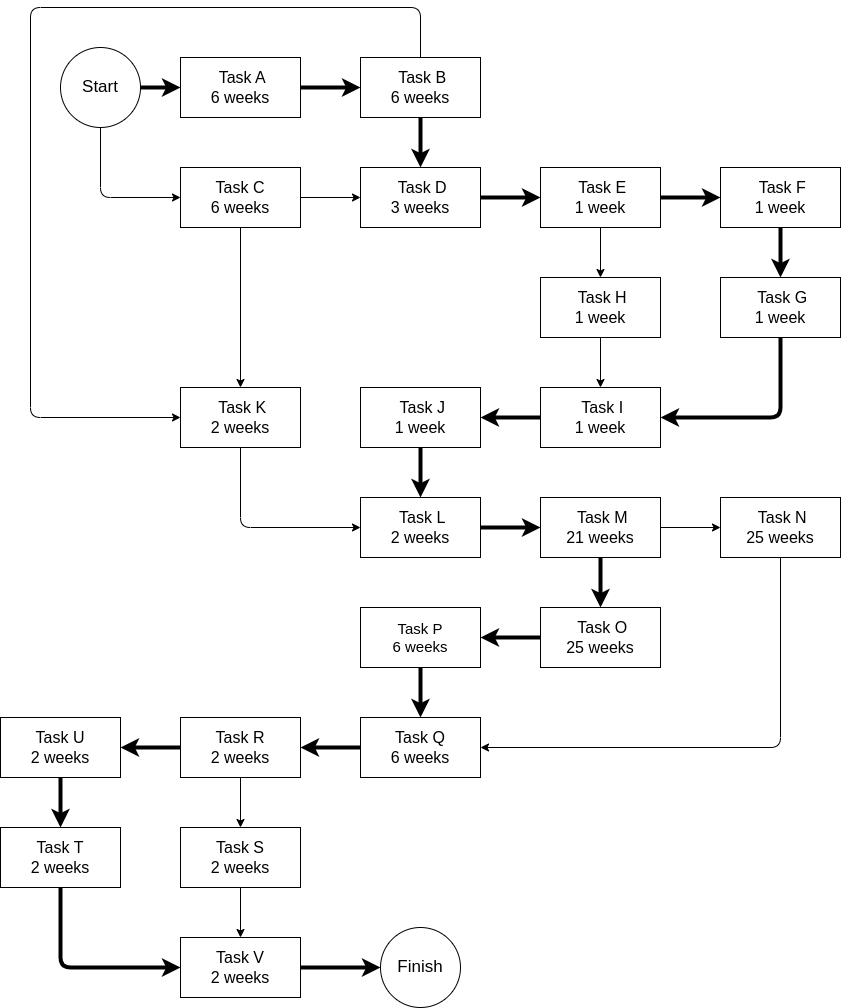
The draw.io diagram DOCS/Diagrams/Critical Path Method.png in alexxGmZ/MenuMaApp, before a commit. Source tidied: cells renumbered, new cells last; positions are measured from the earlier drawing's top-left corner, leaving out a move shared by most shapes.
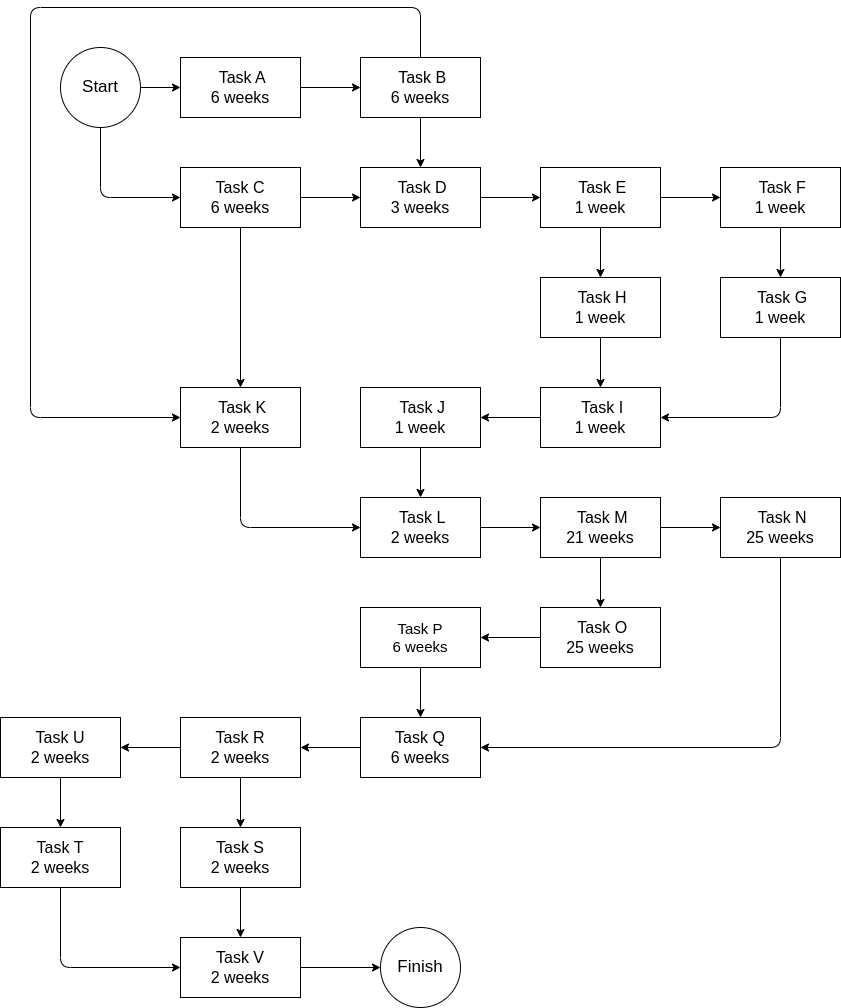
Later version of the same file.

Commit message:
diagram(cpm): revert line width to 1

The edit, as a diff of the source:
```diff
@@ -2,7 +2,7 @@
   <root>
     <mxCell id="0" />
     <mxCell id="1" parent="0" />
-    <mxCell id="2" style="edgeStyle=none;html=1;exitX=1;exitY=0.5;exitDx=0;exitDy=0;entryX=0;entryY=0.5;entryDx=0;entryDy=0;strokeWidth=4;" parent="1" edge="1" source="4" target="7">
+    <mxCell id="2" style="edgeStyle=none;html=1;exitX=1;exitY=0.5;exitDx=0;exitDy=0;entryX=0;entryY=0.5;entryDx=0;entryDy=0;strokeWidth=1;" parent="1" edge="1" source="4" target="7">
       <mxGeometry relative="1" as="geometry" />
     </mxCell>
     <mxCell id="3" style="edgeStyle=none;html=1;exitX=0.5;exitY=1;exitDx=0;exitDy=0;entryX=0;entryY=0.5;entryDx=0;entryDy=0;" parent="1" edge="1" source="4" target="10">
@@ -18,7 +18,7 @@
     <mxCell id="5" value="&lt;font style=&quot;font-size: 17px;&quot;&gt;Finish&lt;/font&gt;" style="ellipse;whiteSpace=wrap;html=1;" parent="1" vertex="1">
       <mxGeometry x="380" y="920" width="80" height="80" as="geometry" />
     </mxCell>
-    <mxCell id="6" style="edgeStyle=none;html=1;exitX=1;exitY=0.5;exitDx=0;exitDy=0;strokeWidth=4;" parent="1" edge="1" source="7" target="13">
+    <mxCell id="6" style="edgeStyle=none;html=1;exitX=1;exitY=0.5;exitDx=0;exitDy=0;strokeWidth=1;" parent="1" edge="1" source="7" target="13">
       <mxGeometry relative="1" as="geometry" />
     </mxCell>
     <mxCell id="7" value="&amp;nbsp;Task A&lt;br style=&quot;font-size: 16px;&quot;&gt;6 weeks" style="rounded=0;whiteSpace=wrap;html=1;fontSize=16;" parent="1" vertex="1">
@@ -33,7 +33,7 @@
     <mxCell id="10" value="Task C&lt;br style=&quot;font-size: 16px;&quot;&gt;6 weeks" style="rounded=0;whiteSpace=wrap;html=1;fontSize=16;" parent="1" vertex="1">
       <mxGeometry x="180" y="160" width="120" height="60" as="geometry" />
     </mxCell>
-    <mxCell id="11" style="edgeStyle=none;html=1;exitX=0.5;exitY=1;exitDx=0;exitDy=0;entryX=0.5;entryY=0;entryDx=0;entryDy=0;strokeWidth=4;" parent="1" edge="1" source="13" target="15">
+    <mxCell id="11" style="edgeStyle=none;html=1;exitX=0.5;exitY=1;exitDx=0;exitDy=0;entryX=0.5;entryY=0;entryDx=0;entryDy=0;strokeWidth=1;" parent="1" edge="1" source="13" target="15">
       <mxGeometry relative="1" as="geometry" />
     </mxCell>
     <mxCell id="12" style="edgeStyle=none;html=1;exitX=0.5;exitY=0;exitDx=0;exitDy=0;entryX=0;entryY=0.5;entryDx=0;entryDy=0;" parent="1" edge="1" source="13" target="30">
@@ -48,13 +48,13 @@
     <mxCell id="13" value="&amp;nbsp;Task B&lt;br style=&quot;font-size: 16px;&quot;&gt;6 weeks" style="rounded=0;whiteSpace=wrap;html=1;fontSize=16;" parent="1" vertex="1">
       <mxGeometry x="360" y="50" width="120" height="60" as="geometry" />
     </mxCell>
-    <mxCell id="14" style="edgeStyle=none;html=1;exitX=1;exitY=0.5;exitDx=0;exitDy=0;strokeWidth=4;" parent="1" edge="1" source="15" target="18">
+    <mxCell id="14" style="edgeStyle=none;html=1;exitX=1;exitY=0.5;exitDx=0;exitDy=0;strokeWidth=1;" parent="1" edge="1" source="15" target="18">
       <mxGeometry relative="1" as="geometry" />
     </mxCell>
     <mxCell id="15" value="&amp;nbsp;Task D&lt;br style=&quot;font-size: 16px;&quot;&gt;3 weeks" style="rounded=0;whiteSpace=wrap;html=1;fontSize=16;" parent="1" vertex="1">
       <mxGeometry x="360" y="160" width="120" height="60" as="geometry" />
     </mxCell>
-    <mxCell id="16" style="edgeStyle=none;html=1;exitX=1;exitY=0.5;exitDx=0;exitDy=0;entryX=0;entryY=0.5;entryDx=0;entryDy=0;strokeWidth=4;" parent="1" edge="1" source="18" target="20">
+    <mxCell id="16" style="edgeStyle=none;html=1;exitX=1;exitY=0.5;exitDx=0;exitDy=0;entryX=0;entryY=0.5;entryDx=0;entryDy=0;strokeWidth=1;" parent="1" edge="1" source="18" target="20">
       <mxGeometry relative="1" as="geometry" />
     </mxCell>
     <mxCell id="17" style="edgeStyle=none;html=1;exitX=0.5;exitY=1;exitDx=0;exitDy=0;" parent="1" edge="1" source="18" target="24">
@@ -63,13 +63,13 @@
     <mxCell id="18" value="&amp;nbsp;Task E&lt;br style=&quot;font-size: 16px;&quot;&gt;1 week" style="rounded=0;whiteSpace=wrap;html=1;fontSize=16;" parent="1" vertex="1">
       <mxGeometry x="540" y="160" width="120" height="60" as="geometry" />
     </mxCell>
-    <mxCell id="19" style="edgeStyle=none;html=1;exitX=0.5;exitY=1;exitDx=0;exitDy=0;entryX=0.5;entryY=0;entryDx=0;entryDy=0;strokeWidth=4;" parent="1" edge="1" source="20" target="22">
+    <mxCell id="19" style="edgeStyle=none;html=1;exitX=0.5;exitY=1;exitDx=0;exitDy=0;entryX=0.5;entryY=0;entryDx=0;entryDy=0;strokeWidth=1;" parent="1" edge="1" source="20" target="22">
       <mxGeometry relative="1" as="geometry" />
     </mxCell>
     <mxCell id="20" value="&amp;nbsp;Task F&lt;br style=&quot;font-size: 16px;&quot;&gt;1 week" style="rounded=0;whiteSpace=wrap;html=1;fontSize=16;" parent="1" vertex="1">
       <mxGeometry x="720" y="160" width="120" height="60" as="geometry" />
     </mxCell>
-    <mxCell id="21" style="edgeStyle=none;html=1;exitX=0.5;exitY=1;exitDx=0;exitDy=0;entryX=1;entryY=0.5;entryDx=0;entryDy=0;strokeWidth=4;" parent="1" edge="1" source="22" target="26">
+    <mxCell id="21" style="edgeStyle=none;html=1;exitX=0.5;exitY=1;exitDx=0;exitDy=0;entryX=1;entryY=0.5;entryDx=0;entryDy=0;strokeWidth=1;" parent="1" edge="1" source="22" target="26">
       <mxGeometry relative="1" as="geometry">
         <Array as="points">
           <mxPoint x="780" y="410" />
@@ -85,13 +85,13 @@
     <mxCell id="24" value="&amp;nbsp;Task H&lt;br style=&quot;font-size: 16px;&quot;&gt;1 week" style="rounded=0;whiteSpace=wrap;html=1;fontSize=16;" parent="1" vertex="1">
       <mxGeometry x="540" y="270" width="120" height="60" as="geometry" />
     </mxCell>
-    <mxCell id="25" style="edgeStyle=none;html=1;exitX=0;exitY=0.5;exitDx=0;exitDy=0;entryX=1;entryY=0.5;entryDx=0;entryDy=0;strokeWidth=4;" parent="1" edge="1" source="26" target="28">
+    <mxCell id="25" style="edgeStyle=none;html=1;exitX=0;exitY=0.5;exitDx=0;exitDy=0;entryX=1;entryY=0.5;entryDx=0;entryDy=0;strokeWidth=1;" parent="1" edge="1" source="26" target="28">
       <mxGeometry relative="1" as="geometry" />
     </mxCell>
     <mxCell id="26" value="&amp;nbsp;Task I&lt;br style=&quot;font-size: 16px;&quot;&gt;1 week" style="rounded=0;whiteSpace=wrap;html=1;fontSize=16;" parent="1" vertex="1">
       <mxGeometry x="540" y="380" width="120" height="60" as="geometry" />
     </mxCell>
-    <mxCell id="27" style="edgeStyle=none;html=1;exitX=0.5;exitY=1;exitDx=0;exitDy=0;entryX=0.5;entryY=0;entryDx=0;entryDy=0;strokeWidth=4;" parent="1" edge="1" source="28" target="32">
+    <mxCell id="27" style="edgeStyle=none;html=1;exitX=0.5;exitY=1;exitDx=0;exitDy=0;entryX=0.5;entryY=0;entryDx=0;entryDy=0;strokeWidth=1;" parent="1" edge="1" source="28" target="32">
       <mxGeometry relative="1" as="geometry" />
     </mxCell>
     <mxCell id="28" value="&amp;nbsp;Task J&lt;br style=&quot;font-size: 16px;&quot;&gt;1 week" style="rounded=0;whiteSpace=wrap;html=1;fontSize=16;" parent="1" vertex="1">
@@ -107,7 +107,7 @@
     <mxCell id="30" value="&amp;nbsp;Task K&lt;br style=&quot;font-size: 16px;&quot;&gt;2 weeks" style="rounded=0;whiteSpace=wrap;html=1;fontSize=16;" parent="1" vertex="1">
       <mxGeometry x="180" y="380" width="120" height="60" as="geometry" />
     </mxCell>
-    <mxCell id="31" style="edgeStyle=none;html=1;exitX=1;exitY=0.5;exitDx=0;exitDy=0;entryX=0;entryY=0.5;entryDx=0;entryDy=0;strokeWidth=4;" parent="1" edge="1" source="32" target="35">
+    <mxCell id="31" style="edgeStyle=none;html=1;exitX=1;exitY=0.5;exitDx=0;exitDy=0;entryX=0;entryY=0.5;entryDx=0;entryDy=0;strokeWidth=1;" parent="1" edge="1" source="32" target="35">
       <mxGeometry relative="1" as="geometry" />
     </mxCell>
     <mxCell id="32" value="&amp;nbsp;Task L&lt;br style=&quot;font-size: 16px;&quot;&gt;2 weeks" style="rounded=0;whiteSpace=wrap;html=1;fontSize=16;" parent="1" vertex="1">
@@ -116,7 +116,7 @@
     <mxCell id="33" style="edgeStyle=none;html=1;exitX=1;exitY=0.5;exitDx=0;exitDy=0;entryX=0;entryY=0.5;entryDx=0;entryDy=0;" parent="1" edge="1" source="35" target="37">
       <mxGeometry relative="1" as="geometry" />
     </mxCell>
-    <mxCell id="34" style="edgeStyle=none;html=1;exitX=0.5;exitY=1;exitDx=0;exitDy=0;fontSize=14;strokeWidth=4;" parent="1" edge="1" source="35" target="39">
+    <mxCell id="34" style="edgeStyle=none;html=1;exitX=0.5;exitY=1;exitDx=0;exitDy=0;fontSize=14;strokeWidth=1;" parent="1" edge="1" source="35" target="39">
       <mxGeometry relative="1" as="geometry" />
     </mxCell>
     <mxCell id="35" value="&amp;nbsp;Task M&lt;br style=&quot;font-size: 16px;&quot;&gt;21 weeks" style="rounded=0;whiteSpace=wrap;html=1;fontSize=16;" parent="1" vertex="1">
@@ -132,19 +132,19 @@
     <mxCell id="37" value="&amp;nbsp;Task N&lt;br style=&quot;font-size: 16px;&quot;&gt;25&amp;nbsp;weeks" style="rounded=0;whiteSpace=wrap;html=1;fontSize=16;" parent="1" vertex="1">
       <mxGeometry x="720" y="490" width="120" height="60" as="geometry" />
     </mxCell>
-    <mxCell id="38" style="edgeStyle=none;html=1;exitX=0;exitY=0.5;exitDx=0;exitDy=0;entryX=1;entryY=0.5;entryDx=0;entryDy=0;fontSize=14;strokeWidth=4;" parent="1" edge="1" source="39" target="41">
+    <mxCell id="38" style="edgeStyle=none;html=1;exitX=0;exitY=0.5;exitDx=0;exitDy=0;entryX=1;entryY=0.5;entryDx=0;entryDy=0;fontSize=14;strokeWidth=1;" parent="1" edge="1" source="39" target="41">
       <mxGeometry relative="1" as="geometry" />
     </mxCell>
     <mxCell id="39" value="&amp;nbsp;Task O&lt;br style=&quot;font-size: 16px;&quot;&gt;25 weeks" style="rounded=0;whiteSpace=wrap;html=1;fontSize=16;" parent="1" vertex="1">
       <mxGeometry x="540" y="600" width="120" height="60" as="geometry" />
     </mxCell>
-    <mxCell id="40" style="edgeStyle=none;html=1;exitX=0.5;exitY=1;exitDx=0;exitDy=0;entryX=0.5;entryY=0;entryDx=0;entryDy=0;fontSize=14;strokeWidth=4;" parent="1" edge="1" source="41" target="43">
+    <mxCell id="40" style="edgeStyle=none;html=1;exitX=0.5;exitY=1;exitDx=0;exitDy=0;entryX=0.5;entryY=0;entryDx=0;entryDy=0;fontSize=14;strokeWidth=1;" parent="1" edge="1" source="41" target="43">
       <mxGeometry relative="1" as="geometry" />
     </mxCell>
     <mxCell id="41" value="&lt;font style=&quot;font-size: 15px;&quot;&gt;Task P&lt;br&gt;6 weeks&lt;/font&gt;" style="rounded=0;whiteSpace=wrap;html=1;" parent="1" vertex="1">
       <mxGeometry x="360" y="600" width="120" height="60" as="geometry" />
     </mxCell>
-    <mxCell id="42" style="edgeStyle=none;html=1;exitX=0;exitY=0.5;exitDx=0;exitDy=0;entryX=1;entryY=0.5;entryDx=0;entryDy=0;fontSize=14;strokeWidth=4;" parent="1" edge="1" source="43" target="46">
+    <mxCell id="42" style="edgeStyle=none;html=1;exitX=0;exitY=0.5;exitDx=0;exitDy=0;entryX=1;entryY=0.5;entryDx=0;entryDy=0;fontSize=14;strokeWidth=1;" parent="1" edge="1" source="43" target="46">
       <mxGeometry relative="1" as="geometry" />
     </mxCell>
     <mxCell id="43" value="&lt;span style=&quot;font-size: 16px;&quot;&gt;Task Q&lt;br&gt;6 weeks&lt;br&gt;&lt;/span&gt;" style="rounded=0;whiteSpace=wrap;html=1;" parent="1" vertex="1">
@@ -153,7 +153,7 @@
     <mxCell id="44" style="edgeStyle=none;html=1;exitX=0.5;exitY=1;exitDx=0;exitDy=0;entryX=0.5;entryY=0;entryDx=0;entryDy=0;fontSize=14;" parent="1" edge="1" source="46" target="48">
       <mxGeometry relative="1" as="geometry" />
     </mxCell>
-    <mxCell id="45" style="edgeStyle=none;html=1;exitX=0;exitY=0.5;exitDx=0;exitDy=0;entryX=1;entryY=0.5;entryDx=0;entryDy=0;fontSize=14;strokeWidth=4;" parent="1" edge="1" source="46" target="52">
+    <mxCell id="45" style="edgeStyle=none;html=1;exitX=0;exitY=0.5;exitDx=0;exitDy=0;entryX=1;entryY=0.5;entryDx=0;entryDy=0;fontSize=14;strokeWidth=1;" parent="1" edge="1" source="46" target="52">
       <mxGeometry relative="1" as="geometry" />
     </mxCell>
     <mxCell id="46" value="&lt;font style=&quot;font-size: 16px;&quot;&gt;Task R&lt;br&gt;2 weeks&lt;/font&gt;" style="rounded=0;whiteSpace=wrap;html=1;" parent="1" vertex="1">
@@ -165,7 +165,7 @@
     <mxCell id="48" value="&lt;font style=&quot;font-size: 16px;&quot;&gt;Task S&lt;br&gt;2 weeks&lt;/font&gt;" style="rounded=0;whiteSpace=wrap;html=1;" parent="1" vertex="1">
       <mxGeometry x="180" y="820" width="120" height="60" as="geometry" />
     </mxCell>
-    <mxCell id="49" style="edgeStyle=none;html=1;exitX=0.5;exitY=1;exitDx=0;exitDy=0;entryX=0;entryY=0.5;entryDx=0;entryDy=0;fontSize=14;strokeWidth=4;" parent="1" edge="1" source="50" target="54">
+    <mxCell id="49" style="edgeStyle=none;html=1;exitX=0.5;exitY=1;exitDx=0;exitDy=0;entryX=0;entryY=0.5;entryDx=0;entryDy=0;fontSize=14;strokeWidth=1;" parent="1" edge="1" source="50" target="54">
       <mxGeometry relative="1" as="geometry">
         <Array as="points">
           <mxPoint x="60" y="960" />
@@ -175,13 +175,13 @@
     <mxCell id="50" value="&lt;font style=&quot;font-size: 16px;&quot;&gt;Task T&lt;br&gt;2 weeks&lt;/font&gt;" style="rounded=0;whiteSpace=wrap;html=1;" parent="1" vertex="1">
       <mxGeometry y="820" width="120" height="60" as="geometry" />
     </mxCell>
-    <mxCell id="51" style="edgeStyle=none;html=1;exitX=0.5;exitY=1;exitDx=0;exitDy=0;entryX=0.5;entryY=0;entryDx=0;entryDy=0;fontSize=14;strokeWidth=4;" parent="1" edge="1" source="52" target="50">
+    <mxCell id="51" style="edgeStyle=none;html=1;exitX=0.5;exitY=1;exitDx=0;exitDy=0;entryX=0.5;entryY=0;entryDx=0;entryDy=0;fontSize=14;strokeWidth=1;" parent="1" edge="1" source="52" target="50">
       <mxGeometry relative="1" as="geometry" />
     </mxCell>
     <mxCell id="52" value="&lt;font style=&quot;font-size: 16px;&quot;&gt;Task U&lt;br&gt;2 weeks&lt;/font&gt;" style="rounded=0;whiteSpace=wrap;html=1;" parent="1" vertex="1">
       <mxGeometry y="710" width="120" height="60" as="geometry" />
     </mxCell>
-    <mxCell id="53" style="edgeStyle=none;html=1;exitX=1;exitY=0.5;exitDx=0;exitDy=0;entryX=0;entryY=0.5;entryDx=0;entryDy=0;fontSize=14;strokeWidth=4;" parent="1" edge="1" source="54" target="5">
+    <mxCell id="53" style="edgeStyle=none;html=1;exitX=1;exitY=0.5;exitDx=0;exitDy=0;entryX=0;entryY=0.5;entryDx=0;entryDy=0;fontSize=14;strokeWidth=1;" parent="1" edge="1" source="54" target="5">
       <mxGeometry relative="1" as="geometry" />
     </mxCell>
     <mxCell id="54" value="&lt;font style=&quot;font-size: 16px;&quot;&gt;Task V&lt;br&gt;2 weeks&lt;/font&gt;" style="rounded=0;whiteSpace=wrap;html=1;" parent="1" vertex="1">
```
